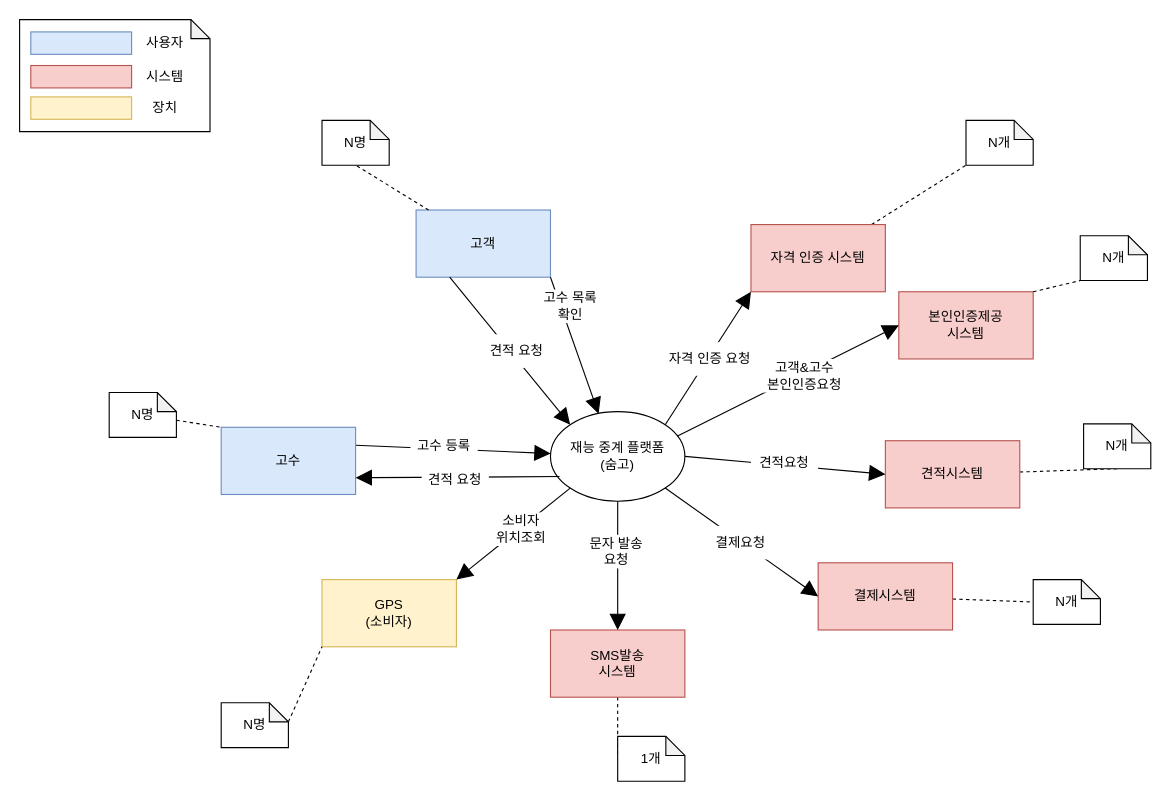
Earlier version of the draw.io diagram page "SystemContextDiagram" (1 of 2) of draw/제목 없는 다이어그램.drawio (hamfirework/softwareArchitecture). Source tidied: cells renumbered, new cells numbered last; positions are measured from the earlier drawing's top-left corner, leaving out a move shared by most shapes. Both pictures are drawn from the tidied source at 112%, with x=0, y=0 at pixel (19, 19).
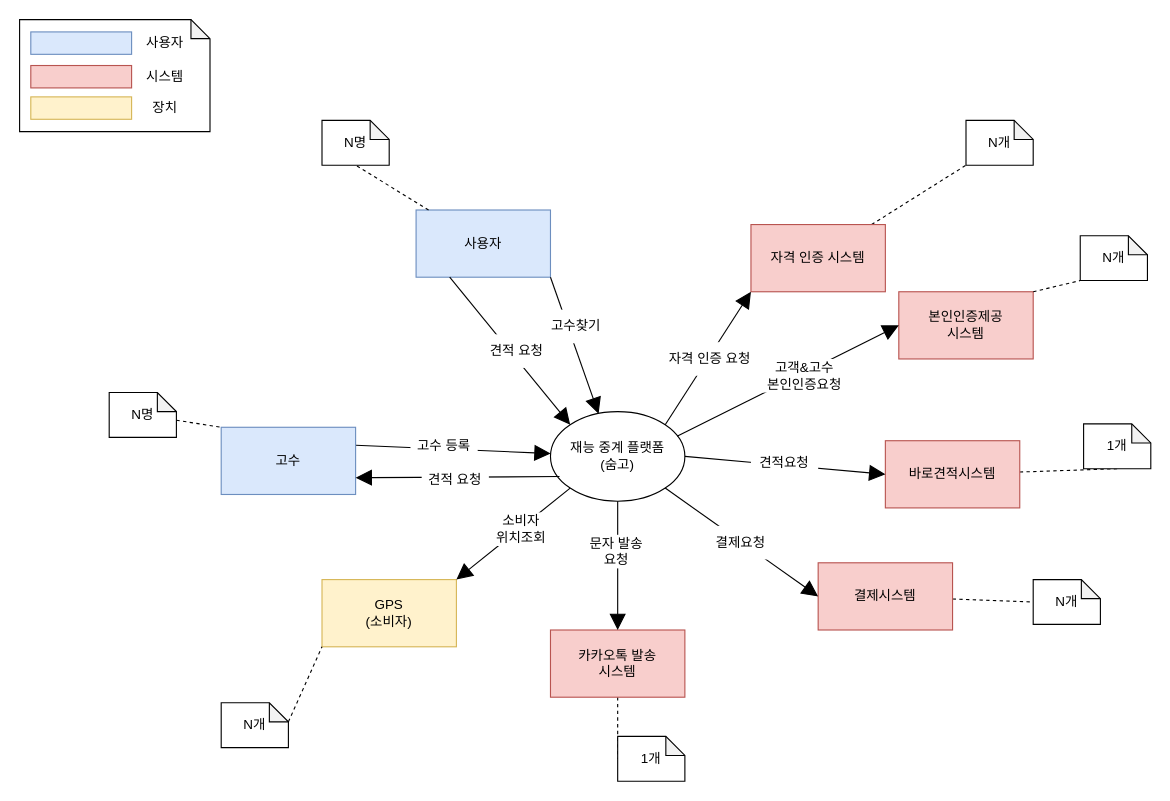
The same page after the edit.

Commit message:
제목 없는 다이어그램.drawio 업데이트

What changed in the source:
```diff
@@
-    <mxCell id="3" value="고객" style="rounded=0;whiteSpace=wrap;html=1;fillColor=#dae8fc;strokeColor=#6c8ebf;" parent="1" vertex="1">
+    <mxCell id="3" value="사용자" style="rounded=0;whiteSpace=wrap;html=1;fillColor=#dae8fc;strokeColor=#6c8ebf;" parent="1" vertex="1">
       <mxGeometry x="354" y="170" width="120" height="60" as="geometry" />
     </mxCell>
@@
-    <mxCell id="10" value="견적시스템" style="rounded=0;whiteSpace=wrap;html=1;fillColor=#f8cecc;strokeColor=#b85450;" parent="1" vertex="1">
+    <mxCell id="10" value="바로견적시스템" style="rounded=0;whiteSpace=wrap;html=1;fillColor=#f8cecc;strokeColor=#b85450;" parent="1" vertex="1">
       <mxGeometry x="773" y="376" width="120" height="60" as="geometry" />
     </mxCell>
@@
-    <mxCell id="12" value="N개" style="shape=note;whiteSpace=wrap;html=1;backgroundOutline=1;darkOpacity=0.05;size=17;" parent="1" vertex="1">
+    <mxCell id="12" value="1개" style="shape=note;whiteSpace=wrap;html=1;backgroundOutline=1;darkOpacity=0.05;size=17;" parent="1" vertex="1">
       <mxGeometry x="950" y="361" width="60" height="40" as="geometry" />
     </mxCell>
@@
-    <mxCell id="17" value="SMS발송&lt;br&gt;시스템" style="rounded=0;whiteSpace=wrap;html=1;fillColor=#f8cecc;strokeColor=#b85450;" parent="1" vertex="1">
+    <mxCell id="17" value="카카오톡 발송&lt;br&gt;시스템" style="rounded=0;whiteSpace=wrap;html=1;fillColor=#f8cecc;strokeColor=#b85450;" parent="1" vertex="1">
       <mxGeometry x="474" y="545" width="120" height="60" as="geometry" />
     </mxCell>
@@
-    <mxCell id="32" value="고수 목록&lt;br&gt;확인" style="text;html=1;align=center;verticalAlign=middle;whiteSpace=wrap;rounded=0;fillColor=default;" parent="1" vertex="1">
-      <mxGeometry x="462" y="241" width="60" height="30" as="geometry" />
+    <mxCell id="32" value="고수찾기" style="text;html=1;align=center;verticalAlign=middle;whiteSpace=wrap;rounded=0;fillColor=default;" parent="1" vertex="1">
+      <mxGeometry x="467" y="259" width="60" height="30" as="geometry" />
     </mxCell>
@@
-    <mxCell id="37" value="N명" style="shape=note;whiteSpace=wrap;html=1;backgroundOutline=1;darkOpacity=0.05;size=17;" parent="1" vertex="1">
+    <mxCell id="37" value="N개" style="shape=note;whiteSpace=wrap;html=1;backgroundOutline=1;darkOpacity=0.05;size=17;" parent="1" vertex="1">
       <mxGeometry x="180" y="610" width="60" height="40" as="geometry" />
     </mxCell>
```
